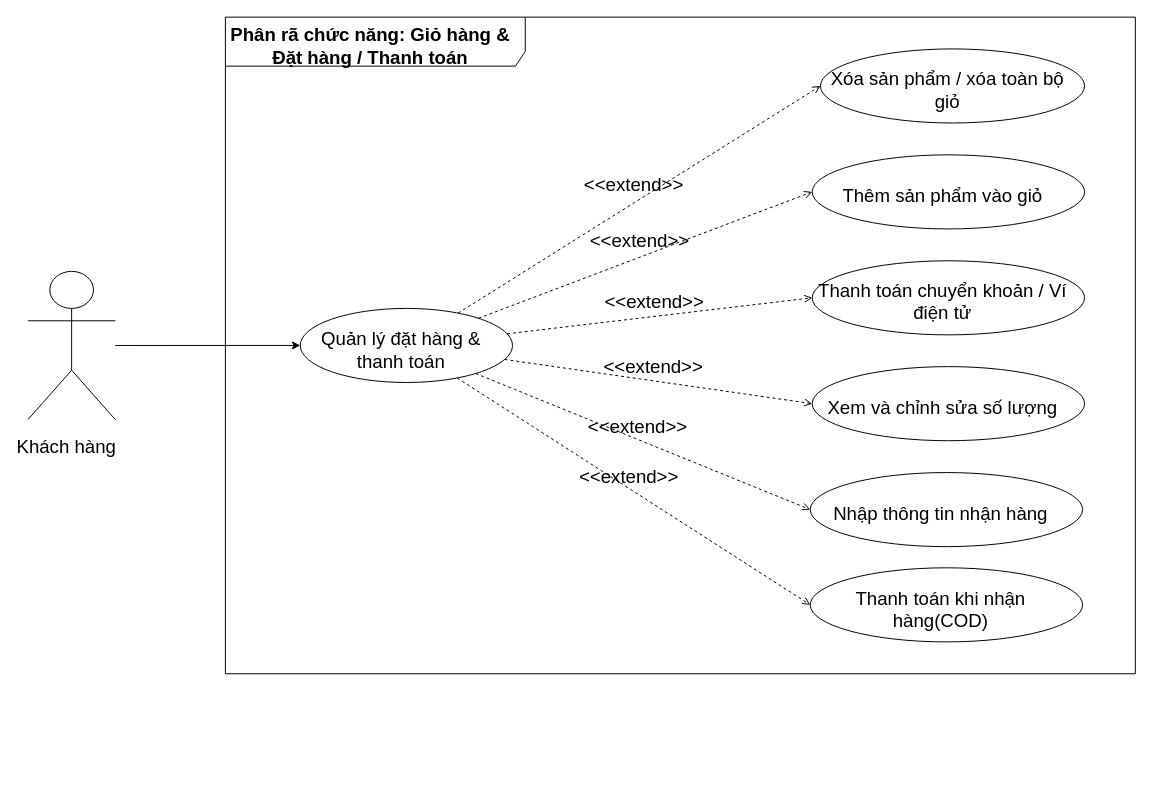
Earlier version of the draw.io diagram page "UC_Dạthang_Thanhtoan" (4 of 11) of erd.drawio (CuongNY01/Website_QL_CuaHangQuanAo). Source tidied: cells renumbered, new cells numbered last; positions are measured from the earlier drawing's top-left corner, leaving out a move shared by most shapes. Both pictures are drawn from the tidied source at 98%, with x=0, y=0 at pixel (27, 17).
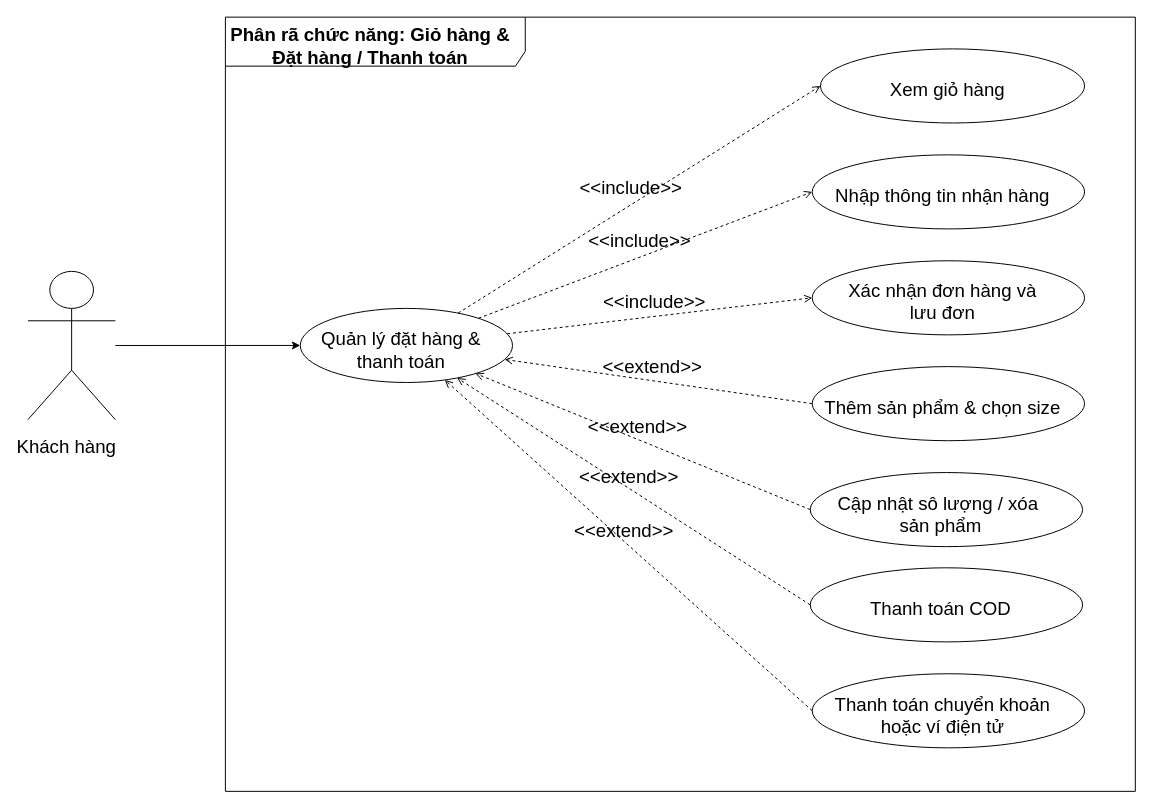
The same page after the edit.

Unchanged cells that the change refers to:
```xml
<mxCell id="8" value="Quản lý đặt hàng &amp;amp; thanh toán" style="ellipse;whiteSpace=wrap;html=1;fontSize=19;spacingTop=10;spacingLeft=2;spacingRight=13;" parent="5" vertex="1">
  <mxGeometry x="76.4" y="297.2" width="216.6" height="75.6" as="geometry" />
</mxCell>
```

What changed in the source:
```diff
@@
-    <mxCell id="2" style="group;" parent="1" vertex="1">
-      <mxGeometry width="1130" height="670" as="geometry" />
-    </mxCell>
-    <mxCell id="3" style="edgeStyle=none;shape=connector;rounded=1;jettySize=auto;html=1;strokeColor=default;align=center;verticalAlign=middle;fontFamily=Helvetica;fontSize=19;fontColor=default;labelBackgroundColor=default;defaultLabelBackgroundColor=page;endArrow=classic;spacingTop=10;spacingLeft=2;spacingRight=13;" parent="2" edge="1" source="4" target="8">
+    <mxCell id="3" style="edgeStyle=none;shape=connector;rounded=1;jettySize=auto;html=1;strokeColor=default;align=center;verticalAlign=middle;fontFamily=Helvetica;fontSize=19;fontColor=default;labelBackgroundColor=default;defaultLabelBackgroundColor=page;endArrow=classic;spacingTop=10;spacingLeft=2;spacingRight=13;" parent="1" edge="1" source="4" target="8">
       <mxGeometry relative="1" as="geometry" />
     </mxCell>
-    <mxCell id="4" value="Khách hàng" style="shape=umlActor;verticalLabelPosition=bottom;verticalAlign=top;html=1;labelPerimeter=1;fontSize=19;spacingTop=10;spacingLeft=2;spacingRight=13;" parent="2" vertex="1">
+    <mxCell id="4" value="Khách hàng" style="shape=umlActor;verticalLabelPosition=bottom;verticalAlign=top;html=1;labelPerimeter=1;fontSize=19;spacingTop=10;spacingLeft=2;spacingRight=13;" parent="1" vertex="1">
       <mxGeometry y="259.4" width="89.2" height="151.3" as="geometry" />
     </mxCell>
-    <mxCell id="5" value="&lt;b&gt;Phân rã chức năng: Giỏ hàng &amp;amp; Đặt hàng / Thanh toán&lt;/b&gt;" style="shape=umlFrame;whiteSpace=wrap;html=1;width=306;height=50;fontSize=19;spacingTop=10;spacingLeft=2;spacingRight=13;" parent="2" vertex="1">
-      <mxGeometry x="201.5" width="928.5" height="670" as="geometry" />
+    <mxCell id="5" value="&lt;b&gt;Phân rã chức năng: Giỏ hàng &amp;amp; Đặt hàng / Thanh toán&lt;/b&gt;" style="shape=umlFrame;whiteSpace=wrap;html=1;width=306;height=50;fontSize=19;spacingTop=10;spacingLeft=2;spacingRight=13;" parent="1" vertex="1">
+      <mxGeometry x="201.5" width="928.5" height="790" as="geometry" />
     </mxCell>
-    <mxCell id="6" value="Nhập thông tin nhận hàng" style="ellipse;whiteSpace=wrap;html=1;fontSize=19;spacingTop=10;spacingLeft=2;spacingRight=13;" parent="5" vertex="1">
+    <mxCell id="6" value="Cập nhật sô lượng / xóa&amp;nbsp;&lt;div&gt;sản phẩm&lt;/div&gt;" style="ellipse;whiteSpace=wrap;html=1;fontSize=19;spacingTop=10;spacingLeft=2;spacingRight=13;" parent="5" vertex="1">
       <mxGeometry x="596.8" y="464.7" width="277.9" height="75.6" as="geometry" />
     </mxCell>
-    <mxCell id="7" value="Thanh toán khi nhận hàng(COD)" style="ellipse;whiteSpace=wrap;html=1;fontSize=19;spacingTop=10;spacingLeft=2;spacingRight=13;" parent="5" vertex="1">
+    <mxCell id="7" value="Thanh toán COD" style="ellipse;whiteSpace=wrap;html=1;fontSize=19;spacingTop=10;spacingLeft=2;spacingRight=13;" parent="5" vertex="1">
       <mxGeometry x="596.8" y="561.9" width="277.9" height="75.6" as="geometry" />
     </mxCell>
@@
-    <mxCell id="9" value="&amp;lt;&amp;lt;extend&amp;gt;&amp;gt;" style="html=1;verticalAlign=bottom;labelBackgroundColor=none;endArrow=open;endFill=0;dashed=1;rounded=1;strokeColor=default;align=center;fontFamily=Helvetica;fontSize=19;fontColor=default;defaultLabelBackgroundColor=page;entryX=0;entryY=0.5;entryDx=0;entryDy=0;spacingTop=10;spacingLeft=2;spacingRight=13;" parent="5" edge="1" source="8" target="6">
-      <mxGeometry relative="1" as="geometry" />
-    </mxCell>
-    <mxCell id="10" value="&amp;lt;&amp;lt;extend&amp;gt;&amp;gt;" style="html=1;verticalAlign=bottom;labelBackgroundColor=none;endArrow=open;endFill=0;dashed=1;rounded=1;strokeColor=default;align=center;fontFamily=Helvetica;fontSize=19;fontColor=default;defaultLabelBackgroundColor=page;entryX=0;entryY=0.5;entryDx=0;entryDy=0;spacingTop=10;spacingLeft=2;spacingRight=13;" parent="5" edge="1" source="8" target="7">
-      <mxGeometry relative="1" as="geometry" />
-    </mxCell>
-    <mxCell id="11" value="Xóa sản phẩm / xóa toàn bộ giỏ" style="ellipse;whiteSpace=wrap;html=1;fontSize=19;spacingTop=10;spacingLeft=2;spacingRight=13;" parent="5" vertex="1">
+    <mxCell id="11" value="Xem giỏ hàng" style="ellipse;whiteSpace=wrap;html=1;fontSize=19;spacingTop=10;spacingLeft=2;spacingRight=13;" parent="5" vertex="1">
       <mxGeometry x="607.2" y="32.4" width="269.5" height="75.6" as="geometry" />
     </mxCell>
-    <mxCell id="12" value="&amp;lt;&amp;lt;extend&amp;gt;&amp;gt;" style="html=1;verticalAlign=bottom;labelBackgroundColor=none;endArrow=open;endFill=0;dashed=1;rounded=1;strokeColor=default;align=center;fontFamily=Helvetica;fontSize=19;fontColor=default;defaultLabelBackgroundColor=page;entryX=0;entryY=0.5;entryDx=0;entryDy=0;spacingTop=10;spacingLeft=2;spacingRight=13;" parent="5" edge="1" source="8" target="11">
-      <mxGeometry relative="1" as="geometry" />
+    <mxCell id="12" value="&amp;lt;&amp;lt;include&amp;gt;&amp;gt;" style="html=1;verticalAlign=bottom;labelBackgroundColor=none;endArrow=open;endFill=0;dashed=1;rounded=1;strokeColor=default;align=center;fontFamily=Helvetica;fontSize=19;fontColor=default;defaultLabelBackgroundColor=page;entryX=0;entryY=0.5;entryDx=0;entryDy=0;spacingTop=10;spacingLeft=2;spacingRight=13;" parent="5" edge="1" source="8" target="11">
+      <mxGeometry x="-0.02" y="-1" relative="1" as="geometry" />
     </mxCell>
+    <mxCell id="20" value="Thanh toán chuyển khoản&lt;div&gt;hoặc ví điện tử&lt;/div&gt;" style="ellipse;whiteSpace=wrap;html=1;fontSize=19;spacingTop=10;spacingLeft=2;spacingRight=13;" parent="5" vertex="1">
+      <mxGeometry x="598.8" y="670" width="277.9" height="75.6" as="geometry" />
+    </mxCell>
+    <mxCell id="21" value="&amp;lt;&amp;lt;extend&amp;gt;&amp;gt;" style="html=1;verticalAlign=bottom;labelBackgroundColor=none;endArrow=open;endFill=0;dashed=1;rounded=1;strokeColor=default;align=center;fontFamily=Helvetica;fontSize=19;fontColor=default;defaultLabelBackgroundColor=page;spacingTop=10;spacingLeft=2;spacingRight=13;exitX=0;exitY=0.5;exitDx=0;exitDy=0;" parent="5" edge="1" source="6" target="8">
+      <mxGeometry relative="1" as="geometry" />
+    </mxCell>
+    <mxCell id="22" value="&amp;lt;&amp;lt;extend&amp;gt;&amp;gt;" style="html=1;verticalAlign=bottom;labelBackgroundColor=none;endArrow=open;endFill=0;dashed=1;rounded=1;strokeColor=default;align=center;fontFamily=Helvetica;fontSize=19;fontColor=default;defaultLabelBackgroundColor=page;spacingTop=10;spacingLeft=2;spacingRight=13;exitX=0;exitY=0.5;exitDx=0;exitDy=0;" parent="5" edge="1" source="7" target="8">
+      <mxGeometry relative="1" as="geometry" />
+    </mxCell>
+    <mxCell id="23" value="&amp;lt;&amp;lt;extend&amp;gt;&amp;gt;" style="html=1;verticalAlign=bottom;labelBackgroundColor=none;endArrow=open;endFill=0;dashed=1;rounded=1;strokeColor=default;align=center;fontFamily=Helvetica;fontSize=19;fontColor=default;defaultLabelBackgroundColor=page;spacingTop=10;spacingLeft=2;spacingRight=13;exitX=0;exitY=0.5;exitDx=0;exitDy=0;" parent="5" edge="1" source="20" target="8">
+      <mxGeometry relative="1" as="geometry" />
+    </mxCell>
-    <mxCell id="13" value="&amp;lt;&amp;lt;extend&amp;gt;&amp;gt;" style="html=1;verticalAlign=bottom;labelBackgroundColor=none;endArrow=open;endFill=0;dashed=1;rounded=1;strokeColor=default;align=center;fontFamily=Helvetica;fontSize=19;fontColor=default;defaultLabelBackgroundColor=page;entryX=0;entryY=0.5;entryDx=0;entryDy=0;spacingTop=10;spacingLeft=2;spacingRight=13;" parent="2" edge="1" source="8" target="17">
+    <mxCell id="13" value="&amp;lt;&amp;lt;include&amp;gt;&amp;gt;" style="html=1;verticalAlign=bottom;labelBackgroundColor=none;endArrow=open;endFill=0;dashed=1;rounded=1;strokeColor=default;align=center;fontFamily=Helvetica;fontSize=19;fontColor=default;defaultLabelBackgroundColor=page;entryX=0;entryY=0.5;entryDx=0;entryDy=0;spacingTop=10;spacingLeft=2;spacingRight=13;" parent="1" edge="1" source="8" target="17">
       <mxGeometry relative="1" as="geometry" />
     </mxCell>
-    <mxCell id="14" value="&amp;lt;&amp;lt;extend&amp;gt;&amp;gt;" style="html=1;verticalAlign=bottom;labelBackgroundColor=none;endArrow=open;endFill=0;dashed=1;rounded=1;strokeColor=default;align=center;fontFamily=Helvetica;fontSize=19;fontColor=default;defaultLabelBackgroundColor=page;entryX=0;entryY=0.5;entryDx=0;entryDy=0;spacingTop=10;spacingLeft=2;spacingRight=13;" parent="2" edge="1" source="8" target="18">
+    <mxCell id="14" value="&amp;lt;&amp;lt;include&amp;gt;&amp;gt;" style="html=1;verticalAlign=bottom;labelBackgroundColor=none;endArrow=open;endFill=0;dashed=1;rounded=1;strokeColor=default;align=center;fontFamily=Helvetica;fontSize=19;fontColor=default;defaultLabelBackgroundColor=page;entryX=0;entryY=0.5;entryDx=0;entryDy=0;spacingTop=10;spacingLeft=2;spacingRight=13;" parent="1" edge="1" source="8" target="18">
       <mxGeometry relative="1" as="geometry" />
     </mxCell>
-    <mxCell id="15" value="&amp;lt;&amp;lt;extend&amp;gt;&amp;gt;" style="html=1;verticalAlign=bottom;labelBackgroundColor=none;endArrow=open;endFill=0;dashed=1;rounded=1;strokeColor=default;align=center;fontFamily=Helvetica;fontSize=19;fontColor=default;defaultLabelBackgroundColor=page;entryX=0;entryY=0.5;entryDx=0;entryDy=0;spacingTop=10;spacingLeft=2;spacingRight=13;" parent="2" edge="1" source="8" target="19">
+    <mxCell id="15" value="&amp;lt;&amp;lt;extend&amp;gt;&amp;gt;" style="html=1;verticalAlign=bottom;labelBackgroundColor=none;endArrow=open;endFill=0;dashed=1;rounded=1;strokeColor=default;align=center;fontFamily=Helvetica;fontSize=19;fontColor=default;defaultLabelBackgroundColor=page;spacingTop=10;spacingLeft=2;spacingRight=13;exitX=0;exitY=0.5;exitDx=0;exitDy=0;" parent="1" edge="1" source="19" target="8">
       <mxGeometry relative="1" as="geometry" />
     </mxCell>
-    <mxCell id="16" style="group;fontSize=19;spacingTop=10;spacingLeft=2;spacingRight=13;" parent="2" vertex="1">
+    <mxCell id="16" style="group;fontSize=19;spacingTop=10;spacingLeft=2;spacingRight=13;" parent="1" vertex="1">
       <mxGeometry x="800.3" y="140.5" width="277.9" height="291.8" as="geometry" />
     </mxCell>
-    <mxCell id="17" value="Thêm sản phẩm vào giỏ" style="ellipse;whiteSpace=wrap;html=1;fontSize=19;spacingTop=10;spacingLeft=2;spacingRight=13;" parent="16" vertex="1">
+    <mxCell id="17" value="Nhập thông tin nhận hàng" style="ellipse;whiteSpace=wrap;html=1;fontSize=19;spacingTop=10;spacingLeft=2;spacingRight=13;" parent="16" vertex="1">
       <mxGeometry width="277.9" height="75.6" as="geometry" />
     </mxCell>
-    <mxCell id="18" value="Thanh toán chuyển khoản / Ví điện tử" style="ellipse;whiteSpace=wrap;html=1;fontSize=19;spacingLeft=2;spacingTop=10;spacingRight=13;" parent="16" vertex="1">
+    <mxCell id="18" value="Xác nhận đơn hàng và&lt;div&gt;lưu đơn&lt;/div&gt;" style="ellipse;whiteSpace=wrap;html=1;fontSize=19;spacingLeft=2;spacingTop=10;spacingRight=13;" parent="16" vertex="1">
       <mxGeometry y="108.1" width="277.9" height="75.6" as="geometry" />
     </mxCell>
-    <mxCell id="19" value="Xem và chỉnh sửa số lượng" style="ellipse;whiteSpace=wrap;html=1;fontSize=19;spacingTop=10;spacingLeft=2;spacingRight=13;" parent="16" vertex="1">
+    <mxCell id="19" value="Thêm sản phẩm &amp;amp; chọn size" style="ellipse;whiteSpace=wrap;html=1;fontSize=19;spacingTop=10;spacingLeft=2;spacingRight=13;" parent="16" vertex="1">
       <mxGeometry y="216.1" width="277.9" height="75.6" as="geometry" />
     </mxCell>
```
